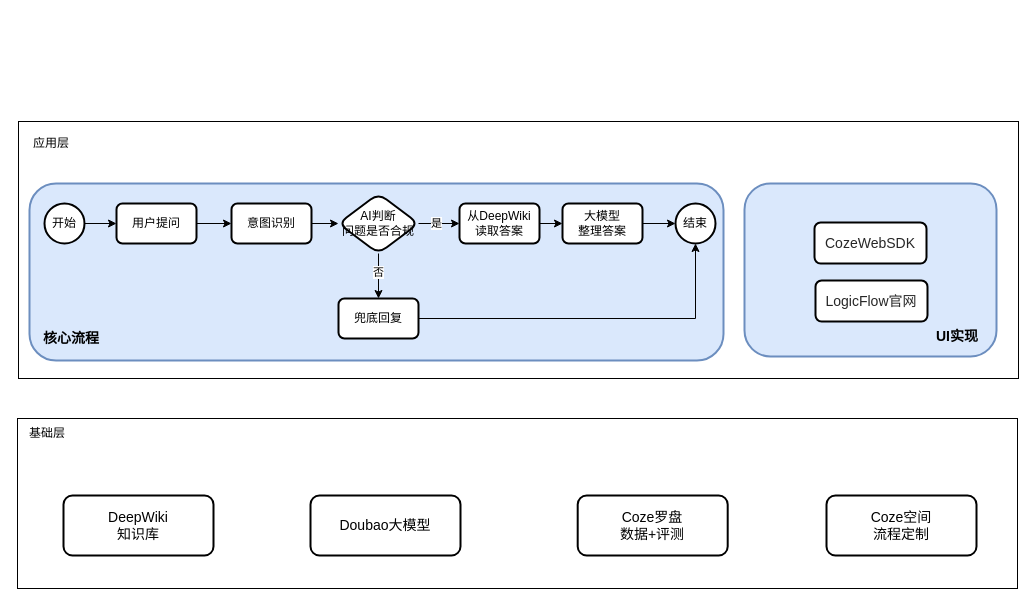
Zsynuting/diagram keeps this draw.io diagram as LogicFlow-AI流程图.drawio. Above is the earlier version. Source tidied: cells renumbered, new cells numbered last; positions are measured from the earlier drawing's top-left corner, leaving out a move shared by most shapes. Both pictures are drawn from the tidied source at 100%, with x=0, y=0 at pixel (17, 121).
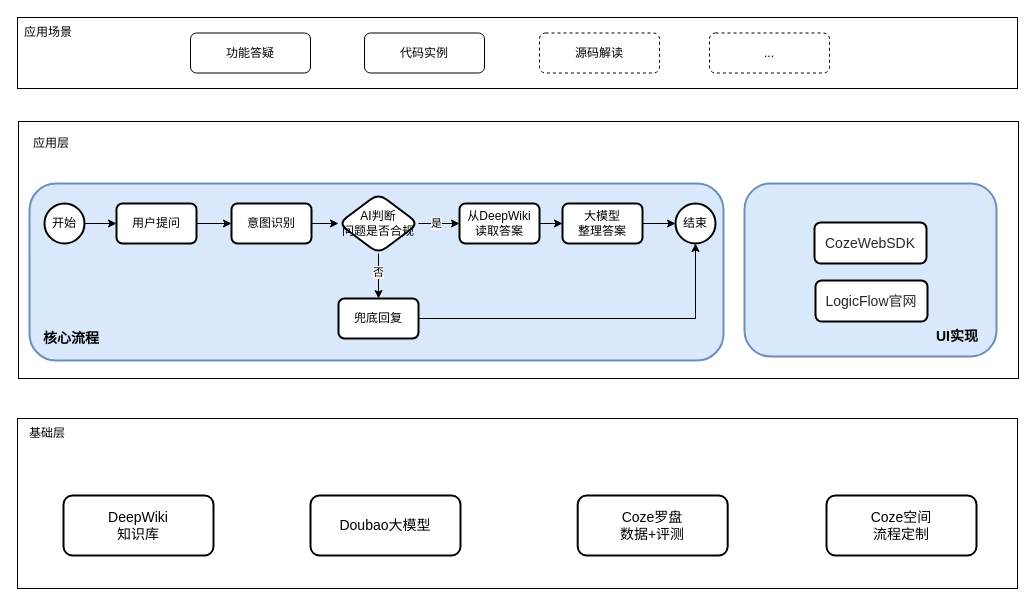
After the change.

Commit message (it also covers changes not shown here):
更新LogicFlow-AI流程图.drawio

The edit, as a diff of the source:
```diff
@@
+    <mxCell id="34" style="rounded=0;whiteSpace=wrap;html=1;" parent="1" vertex="1">
+      <mxGeometry y="-104" width="1000" height="71" as="geometry" />
+    </mxCell>
+    <mxCell id="35" value="应用场景" style="text;html=1;whiteSpace=wrap;strokeColor=none;fillColor=none;align=center;verticalAlign=middle;rounded=0;" parent="1" vertex="1">
+      <mxGeometry x="1" y="-104" width="60" height="30" as="geometry" />
+    </mxCell>
+    <mxCell id="36" value="功能答疑" style="rounded=1;whiteSpace=wrap;html=1;fontSize=12;glass=0;strokeWidth=1;shadow=0;" parent="1" vertex="1">
+      <mxGeometry x="173" y="-88.5" width="120" height="40" as="geometry" />
+    </mxCell>
+    <mxCell id="37" value="代码实例" style="rounded=1;whiteSpace=wrap;html=1;fontSize=12;glass=0;strokeWidth=1;shadow=0;" parent="1" vertex="1">
+      <mxGeometry x="347" y="-88.5" width="120" height="40" as="geometry" />
+    </mxCell>
+    <mxCell id="38" value="源码解读" style="rounded=1;whiteSpace=wrap;html=1;fontSize=12;glass=0;strokeWidth=1;shadow=0;dashed=1;" parent="1" vertex="1">
+      <mxGeometry x="522" y="-88.5" width="120" height="40" as="geometry" />
+    </mxCell>
+    <mxCell id="39" value="..." style="rounded=1;whiteSpace=wrap;html=1;fontSize=12;glass=0;strokeWidth=1;shadow=0;dashed=1;" parent="1" vertex="1">
+      <mxGeometry x="692" y="-88.5" width="120" height="40" as="geometry" />
+    </mxCell>
```
